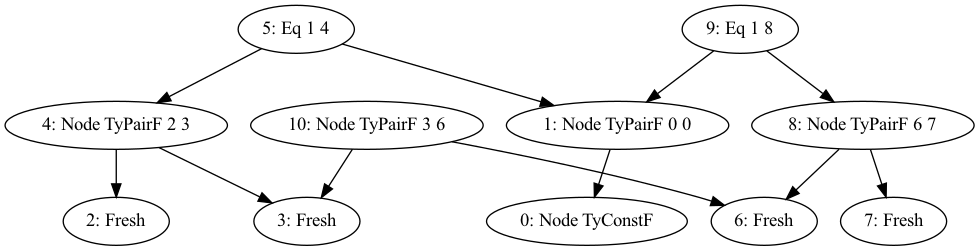
The Graphviz diagram dot/linear-initial.png in ejconlon/uniter, before a commit. Its source is kept beside it as dot/linear-initial.dot. The source it was exported from:
```dot
digraph
{
  "0" [label="0: Node TyConstF"]
  "1" [label="1: Node TyPairF 0 0"]
  "2" [label="2: Fresh"]
  "3" [label="3: Fresh"]
  "4" [label="4: Node TyPairF 2 3"]
  "5" [label="5: Eq 1 4"]
  "6" [label="6: Fresh"]
  "7" [label="7: Fresh"]
  "8" [label="8: Node TyPairF 6 7"]
  "9" [label="9: Eq 1 8"]
  "10" [label="10: Node TyPairF 3 6"]
  "1" -> "0"
  "4" -> "2"
  "4" -> "3"
  "5" -> "1"
  "5" -> "4"
  "8" -> "6"
  "8" -> "7"
  "9" -> "1"
  "9" -> "8"
  "10" -> "3"
  "10" -> "6"
}
```
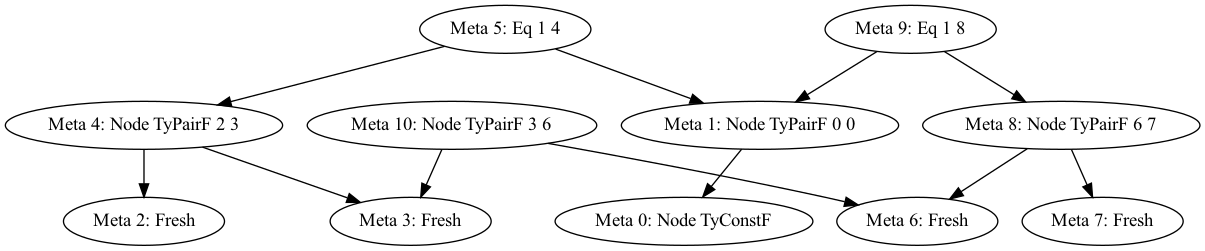
Later version of the same file.

What changed in the source:
```diff
@@ -1,16 +1,16 @@
 digraph
 {
-  "0" [label="0: Node TyConstF"]
-  "1" [label="1: Node TyPairF 0 0"]
-  "2" [label="2: Fresh"]
-  "3" [label="3: Fresh"]
-  "4" [label="4: Node TyPairF 2 3"]
-  "5" [label="5: Eq 1 4"]
-  "6" [label="6: Fresh"]
-  "7" [label="7: Fresh"]
-  "8" [label="8: Node TyPairF 6 7"]
-  "9" [label="9: Eq 1 8"]
-  "10" [label="10: Node TyPairF 3 6"]
+  "0" [label="Meta 0: Node TyConstF"]
+  "1" [label="Meta 1: Node TyPairF 0 0"]
+  "2" [label="Meta 2: Fresh"]
+  "3" [label="Meta 3: Fresh"]
+  "4" [label="Meta 4: Node TyPairF 2 3"]
+  "5" [label="Meta 5: Eq 1 4"]
+  "6" [label="Meta 6: Fresh"]
+  "7" [label="Meta 7: Fresh"]
+  "8" [label="Meta 8: Node TyPairF 6 7"]
+  "9" [label="Meta 9: Eq 1 8"]
+  "10" [label="Meta 10: Node TyPairF 3 6"]
   "1" -> "0"
   "4" -> "2"
   "4" -> "3"
```
